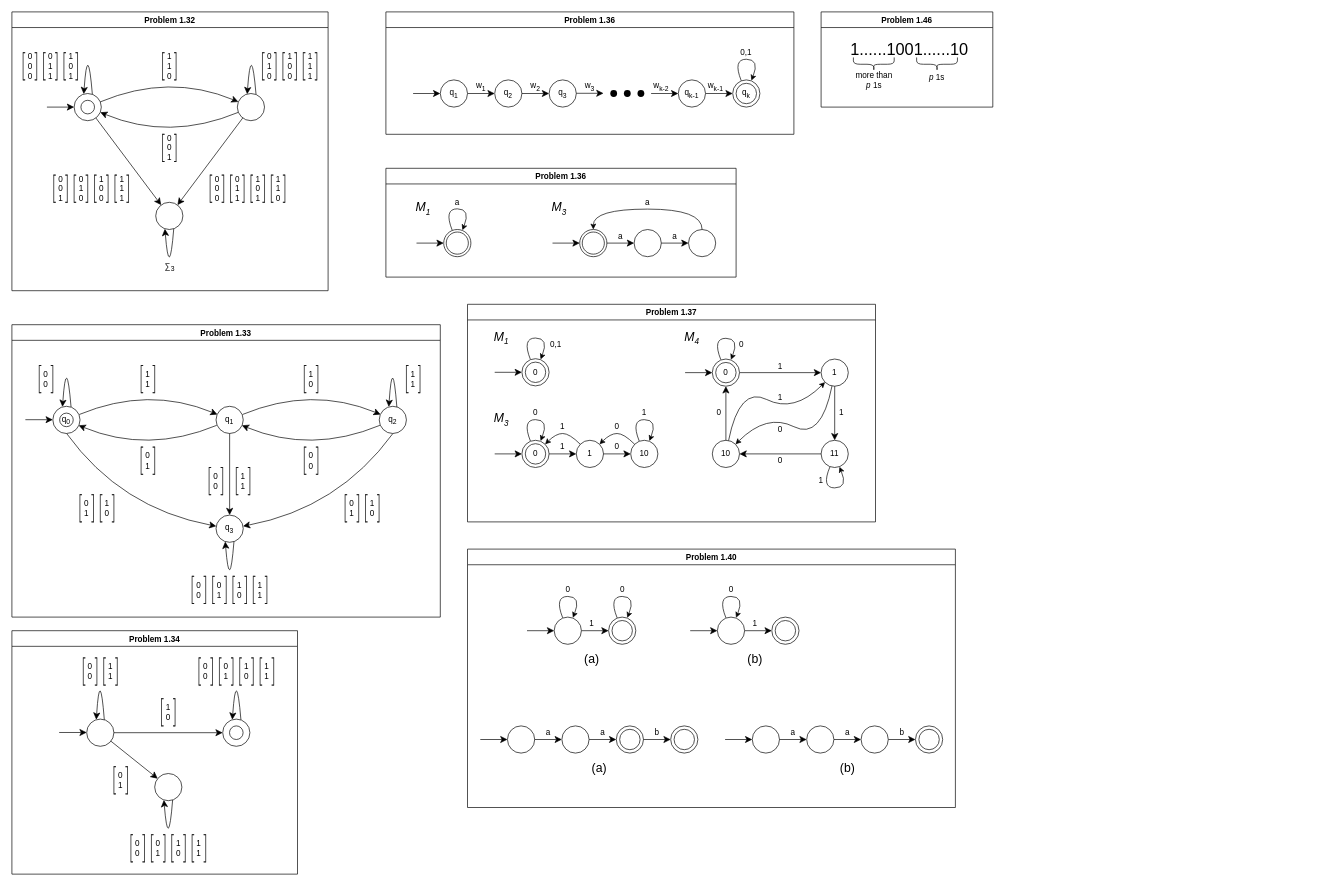
mehshan/tcs keeps this draw.io diagram as page "P1.xx" (2 of 8) of Introduction.to.the.Theory.of.Computation.3e/Figures/Firgures.drawio. Above is the earlier version. Source tidied: cells renumbered, new cells numbered last; positions are measured from the earlier drawing's top-left corner, leaving out a move shared by most shapes. Both pictures are drawn from the tidied source at 68%, with x=0, y=0 at pixel (12, 12).
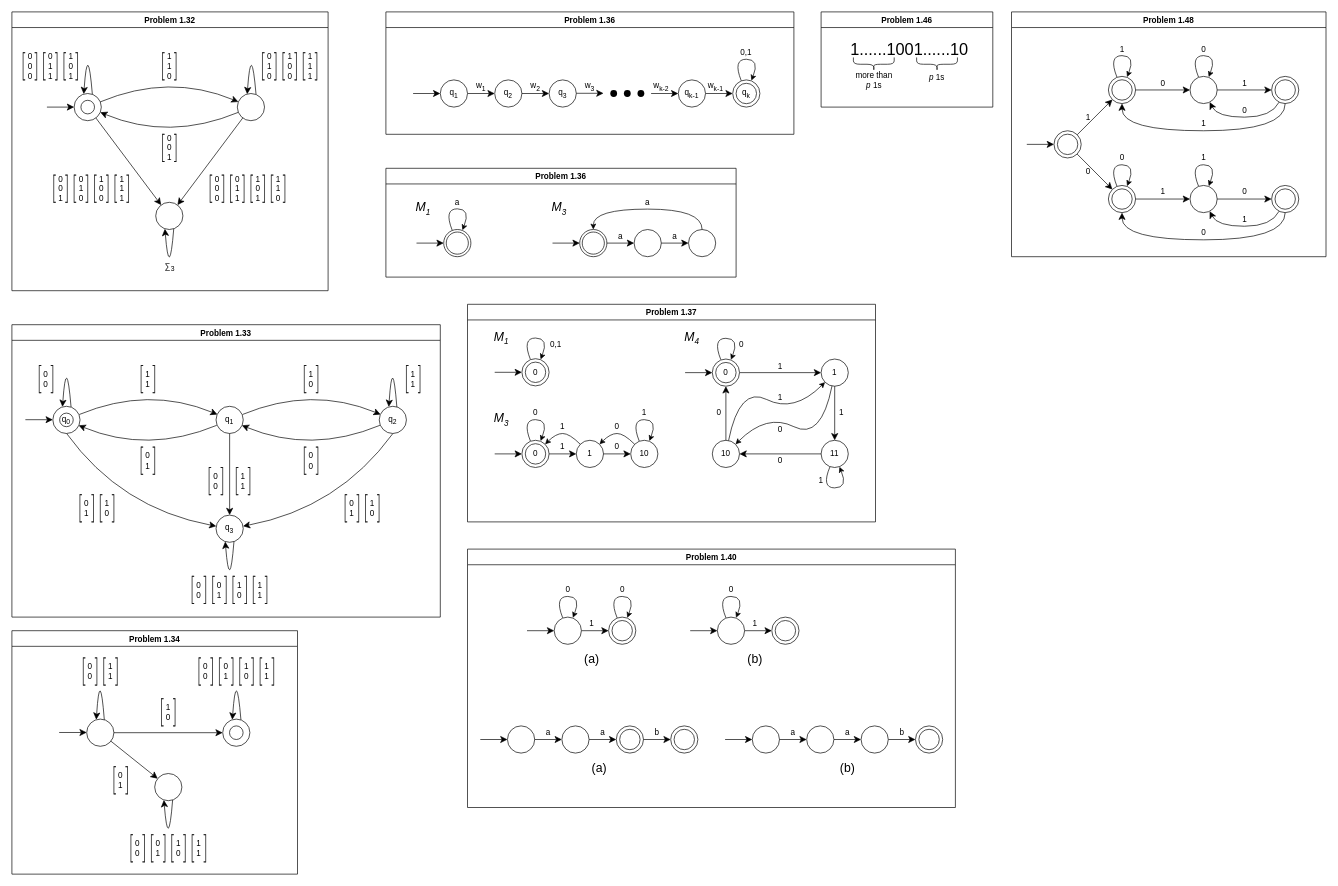
Above is the later version.

The edit, as a diff of the source:
```diff
@@
+    <mxCell id="468" value="Problem 1.48" style="swimlane;" parent="1" vertex="1">
+      <mxGeometry x="1470" width="462.5" height="360" as="geometry" />
+    </mxCell>
+    <mxCell id="469" style="ellipse;whiteSpace=wrap;html=1;" parent="468" vertex="1">
+      <mxGeometry x="262.5" y="94.8" width="40" height="40" as="geometry" />
+    </mxCell>
+    <mxCell id="470" style="group;" parent="468" vertex="1">
+      <mxGeometry x="382.5" y="94.8" width="40" height="40" as="geometry" />
+    </mxCell>
+    <mxCell id="471" style="ellipse;whiteSpace=wrap;html=1;" parent="470" vertex="1">
+      <mxGeometry width="40" height="40" as="geometry" />
+    </mxCell>
+    <mxCell id="472" style="ellipse;whiteSpace=wrap;html=1;" parent="470" vertex="1">
+      <mxGeometry x="5" y="5" width="30" height="30" as="geometry" />
+    </mxCell>
+    <mxCell id="473" style="endArrow=classic;html=1;rounded=0;strokeWidth=1;endSize=8;" parent="468" edge="1" source="469" target="471">
+      <mxGeometry relative="1" as="geometry" />
+    </mxCell>
+    <mxCell id="474" value="1" style="text;html=1;align=center;verticalAlign=middle;whiteSpace=wrap;rounded=0;" parent="468" vertex="1">
+      <mxGeometry x="332.5" y="94.8" width="20" height="20" as="geometry" />
+    </mxCell>
+    <mxCell id="475" style="endArrow=classic;html=1;rounded=0;strokeWidth=1;endSize=8;" parent="468" edge="1" target="479">
+      <mxGeometry relative="1" as="geometry">
+        <mxPoint x="22.5" y="194.8" as="sourcePoint" />
+      </mxGeometry>
+    </mxCell>
+    <mxCell id="476" style="endArrow=classic;html=1;rounded=0;strokeWidth=1;endSize=8;" parent="468" edge="1" source="483" target="469">
+      <mxGeometry relative="1" as="geometry" />
+    </mxCell>
+    <mxCell id="477" value="1" style="text;html=1;align=center;verticalAlign=middle;whiteSpace=wrap;rounded=0;" parent="468" vertex="1">
+      <mxGeometry x="152.5" y="44.8" width="20" height="20" as="geometry" />
+    </mxCell>
+    <mxCell id="478" style="group;" parent="468" vertex="1">
+      <mxGeometry x="62.5" y="174.8" width="40" height="40" as="geometry" />
+    </mxCell>
+    <mxCell id="479" style="ellipse;whiteSpace=wrap;html=1;" parent="478" vertex="1">
+      <mxGeometry width="40" height="40" as="geometry" />
+    </mxCell>
+    <mxCell id="480" style="ellipse;whiteSpace=wrap;html=1;" parent="478" vertex="1">
+      <mxGeometry x="5" y="5" width="30" height="30" as="geometry" />
+    </mxCell>
+    <mxCell id="481" style="endArrow=classic;html=1;rounded=0;strokeWidth=1;endSize=8;" parent="468" edge="1" source="479" target="483">
+      <mxGeometry relative="1" as="geometry" />
+    </mxCell>
+    <mxCell id="482" style="group;" parent="468" vertex="1">
+      <mxGeometry x="142.5" y="94.8" width="40" height="40" as="geometry" />
+    </mxCell>
+    <mxCell id="483" style="ellipse;whiteSpace=wrap;html=1;" parent="482" vertex="1">
+      <mxGeometry width="40" height="40" as="geometry" />
+    </mxCell>
+    <mxCell id="484" style="ellipse;whiteSpace=wrap;html=1;" parent="482" vertex="1">
+      <mxGeometry x="5" y="5" width="30" height="30" as="geometry" />
+    </mxCell>
+    <mxCell id="485" style="curved=1;endArrow=classic;html=1;rounded=0;" parent="468" edge="1">
+      <mxGeometry relative="1" as="geometry">
+        <mxPoint x="155" y="95.8" as="sourcePoint" />
+        <mxPoint x="170" y="95.8" as="targetPoint" />
+        <Array as="points">
+          <mxPoint x="142.5" y="64.3" />
+          <mxPoint x="182.5" y="64.3" />
+        </Array>
+      </mxGeometry>
+    </mxCell>
+    <mxCell id="486" style="curved=1;endArrow=classic;html=1;rounded=0;" parent="468" edge="1">
+      <mxGeometry relative="1" as="geometry">
+        <mxPoint x="275" y="95.8" as="sourcePoint" />
+        <mxPoint x="290" y="95.8" as="targetPoint" />
+        <Array as="points">
+          <mxPoint x="262.5" y="64.3" />
+          <mxPoint x="302.5" y="64.3" />
+        </Array>
+      </mxGeometry>
+    </mxCell>
+    <mxCell id="487" style="curved=1;endArrow=classic;html=1;rounded=0;endSize=8;" parent="468" edge="1" source="471" target="469">
+      <mxGeometry relative="1" as="geometry">
+        <Array as="points">
+          <mxPoint x="382.5" y="154.8" />
+          <mxPoint x="302.5" y="154.8" />
+        </Array>
+      </mxGeometry>
+    </mxCell>
+    <mxCell id="488" style="curved=1;endArrow=classic;html=1;rounded=0;endSize=8;" parent="468" edge="1" source="471" target="483">
+      <mxGeometry relative="1" as="geometry">
+        <Array as="points">
+          <mxPoint x="402.5" y="174.8" />
+          <mxPoint x="162.5" y="174.8" />
+        </Array>
+      </mxGeometry>
+    </mxCell>
+    <mxCell id="489" style="ellipse;whiteSpace=wrap;html=1;" parent="468" vertex="1">
+      <mxGeometry x="262.5" y="255.2" width="40" height="40" as="geometry" />
+    </mxCell>
+    <mxCell id="490" style="group;" parent="468" vertex="1">
+      <mxGeometry x="382.5" y="255.2" width="40" height="40" as="geometry" />
+    </mxCell>
+    <mxCell id="491" style="ellipse;whiteSpace=wrap;html=1;" parent="490" vertex="1">
+      <mxGeometry width="40" height="40" as="geometry" />
+    </mxCell>
+    <mxCell id="492" style="ellipse;whiteSpace=wrap;html=1;" parent="490" vertex="1">
+      <mxGeometry x="5" y="5" width="30" height="30" as="geometry" />
+    </mxCell>
+    <mxCell id="493" style="endArrow=classic;html=1;rounded=0;strokeWidth=1;endSize=8;" parent="468" edge="1" source="489" target="491">
+      <mxGeometry relative="1" as="geometry" />
+    </mxCell>
+    <mxCell id="494" style="endArrow=classic;html=1;rounded=0;strokeWidth=1;endSize=8;" parent="468" edge="1" source="496" target="489">
+      <mxGeometry relative="1" as="geometry" />
+    </mxCell>
+    <mxCell id="495" style="group;" parent="468" vertex="1">
+      <mxGeometry x="142.5" y="255.2" width="40" height="40" as="geometry" />
+    </mxCell>
+    <mxCell id="496" style="ellipse;whiteSpace=wrap;html=1;" parent="495" vertex="1">
+      <mxGeometry width="40" height="40" as="geometry" />
+    </mxCell>
+    <mxCell id="497" style="ellipse;whiteSpace=wrap;html=1;" parent="495" vertex="1">
+      <mxGeometry x="5" y="5" width="30" height="30" as="geometry" />
+    </mxCell>
+    <mxCell id="498" style="curved=1;endArrow=classic;html=1;rounded=0;" parent="468" edge="1">
+      <mxGeometry relative="1" as="geometry">
+        <mxPoint x="155" y="256.2" as="sourcePoint" />
+        <mxPoint x="170" y="256.2" as="targetPoint" />
+        <Array as="points">
+          <mxPoint x="142.5" y="224.8" />
+          <mxPoint x="182.5" y="224.8" />
+        </Array>
+      </mxGeometry>
+    </mxCell>
+    <mxCell id="499" style="curved=1;endArrow=classic;html=1;rounded=0;" parent="468" edge="1">
+      <mxGeometry relative="1" as="geometry">
+        <mxPoint x="275" y="256.2" as="sourcePoint" />
+        <mxPoint x="290" y="256.2" as="targetPoint" />
+        <Array as="points">
+          <mxPoint x="262.5" y="224.8" />
+          <mxPoint x="302.5" y="224.8" />
+        </Array>
+      </mxGeometry>
+    </mxCell>
+    <mxCell id="500" style="curved=1;endArrow=classic;html=1;rounded=0;endSize=8;" parent="468" edge="1" source="491" target="489">
+      <mxGeometry relative="1" as="geometry">
+        <Array as="points">
+          <mxPoint x="382.5" y="315.2" />
+          <mxPoint x="302.5" y="315.2" />
+        </Array>
+      </mxGeometry>
+    </mxCell>
+    <mxCell id="501" style="curved=1;endArrow=classic;html=1;rounded=0;endSize=8;" parent="468" edge="1" source="491" target="496">
+      <mxGeometry relative="1" as="geometry">
+        <Array as="points">
+          <mxPoint x="402.5" y="335.2" />
+          <mxPoint x="162.5" y="335.2" />
+        </Array>
+      </mxGeometry>
+    </mxCell>
+    <mxCell id="502" style="endArrow=classic;html=1;rounded=0;strokeWidth=1;endSize=8;" parent="468" edge="1" source="479" target="496">
+      <mxGeometry relative="1" as="geometry" />
+    </mxCell>
+    <mxCell id="503" value="1" style="text;html=1;align=center;verticalAlign=middle;whiteSpace=wrap;rounded=0;" parent="468" vertex="1">
+      <mxGeometry x="102.5" y="144.8" width="20" height="20" as="geometry" />
+    </mxCell>
+    <mxCell id="504" value="1" style="text;html=1;align=center;verticalAlign=middle;whiteSpace=wrap;rounded=0;" parent="468" vertex="1">
+      <mxGeometry x="212.5" y="255.2" width="20" height="20" as="geometry" />
+    </mxCell>
+    <mxCell id="505" value="1" style="text;html=1;align=center;verticalAlign=middle;whiteSpace=wrap;rounded=0;" parent="468" vertex="1">
+      <mxGeometry x="272.5" y="204.8" width="20" height="20" as="geometry" />
+    </mxCell>
+    <mxCell id="506" value="1" style="text;html=1;align=center;verticalAlign=middle;whiteSpace=wrap;rounded=0;" parent="468" vertex="1">
+      <mxGeometry x="332.5" y="295.2" width="20" height="20" as="geometry" />
+    </mxCell>
+    <mxCell id="507" value="1" style="text;html=1;align=center;verticalAlign=middle;whiteSpace=wrap;rounded=0;" parent="468" vertex="1">
+      <mxGeometry x="272.5" y="154.8" width="20" height="20" as="geometry" />
+    </mxCell>
+    <mxCell id="508" value="0" style="text;html=1;align=center;verticalAlign=middle;whiteSpace=wrap;rounded=0;" parent="468" vertex="1">
+      <mxGeometry x="212.5" y="94.8" width="20" height="20" as="geometry" />
+    </mxCell>
+    <mxCell id="509" value="0" style="text;html=1;align=center;verticalAlign=middle;whiteSpace=wrap;rounded=0;" parent="468" vertex="1">
+      <mxGeometry x="272.5" y="44.8" width="20" height="20" as="geometry" />
+    </mxCell>
+    <mxCell id="510" value="0" style="text;html=1;align=center;verticalAlign=middle;whiteSpace=wrap;rounded=0;" parent="468" vertex="1">
+      <mxGeometry x="332.5" y="134.8" width="20" height="20" as="geometry" />
+    </mxCell>
+    <mxCell id="511" value="0" style="text;html=1;align=center;verticalAlign=middle;whiteSpace=wrap;rounded=0;" parent="468" vertex="1">
+      <mxGeometry x="272.5" y="315.2" width="20" height="20" as="geometry" />
+    </mxCell>
+    <mxCell id="512" value="0" style="text;html=1;align=center;verticalAlign=middle;whiteSpace=wrap;rounded=0;" parent="468" vertex="1">
+      <mxGeometry x="152.5" y="204.8" width="20" height="20" as="geometry" />
+    </mxCell>
+    <mxCell id="513" value="0" style="text;html=1;align=center;verticalAlign=middle;whiteSpace=wrap;rounded=0;" parent="468" vertex="1">
+      <mxGeometry x="102.5" y="224.8" width="20" height="20" as="geometry" />
+    </mxCell>
+    <mxCell id="514" value="0" style="text;html=1;align=center;verticalAlign=middle;whiteSpace=wrap;rounded=0;" parent="468" vertex="1">
+      <mxGeometry x="332.5" y="255.2" width="20" height="20" as="geometry" />
+    </mxCell>
```
